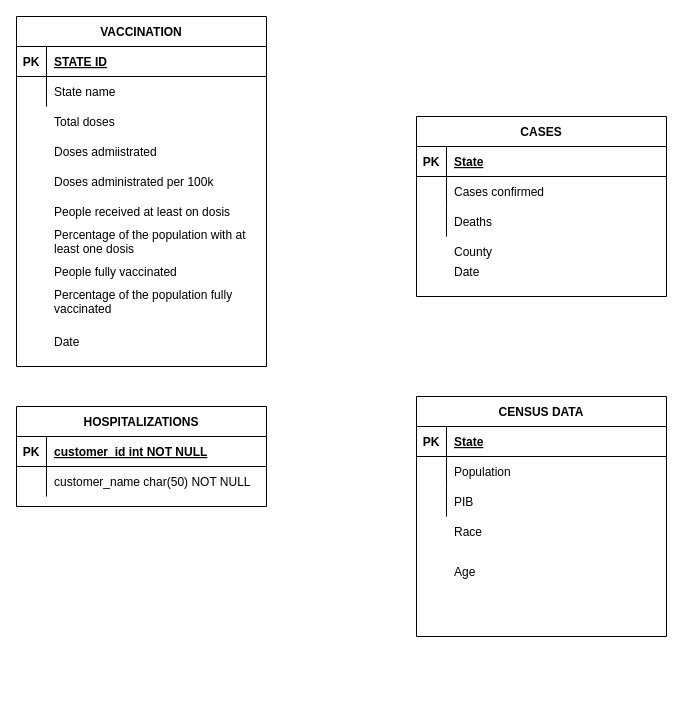
Earlier version of the draw.io diagram Untitled Diagram.drawio (angelica-martinez/Home). Source tidied: cells renumbered, new cells numbered last; positions are measured from the earlier drawing's top-left corner, leaving out a move shared by most shapes. Both pictures are drawn from the tidied source at 100%, with x=0, y=0 at pixel (16, 16).
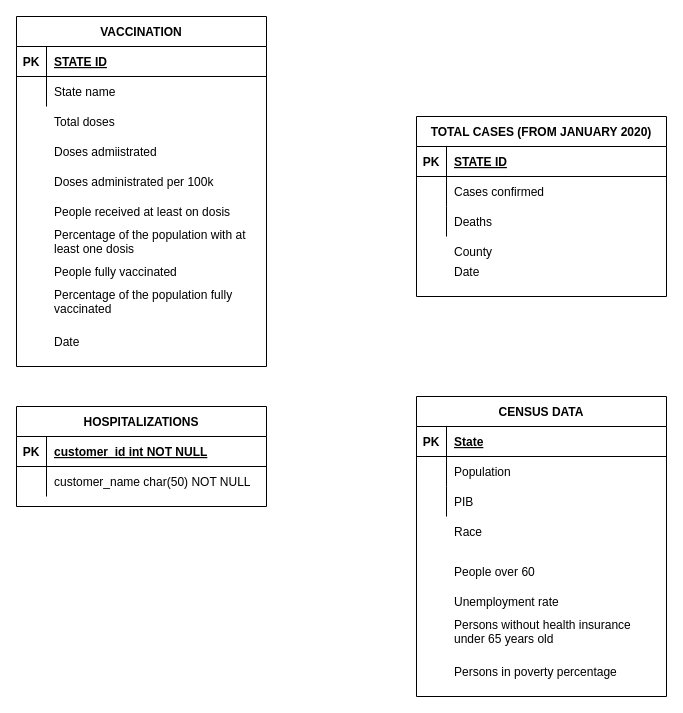
The same page after the edit.

Commit message:
Covid schema

The change refers to these unchanged cells:
```xml
<mxCell id="3" style="shape=partialRectangle;fillColor=none;top=0;left=0;right=0;bottom=1;" parent="2" vertex="1">
  <mxGeometry y="30" width="250" height="30" as="geometry" />
</mxCell>
```

The edit, as a diff of the source:
```diff
@@
-    <mxCell id="2" value="CASES" style="shape=table;startSize=30;childLayout=tableLayout;rowLines=0;fontStyle=1;align=center;" parent="1" vertex="1">
+    <mxCell id="2" value="TOTAL CASES (FROM JANUARY 2020)" style="shape=table;startSize=30;childLayout=tableLayout;rowLines=0;fontStyle=1;align=center;" parent="1" vertex="1">
       <mxGeometry x="400" y="100" width="250" height="180" as="geometry" />
     </mxCell>
@@
-    <mxCell id="5" value="State" style="shape=partialRectangle;overflow=hidden;fillColor=none;top=0;left=0;bottom=0;right=0;align=left;spacingLeft=6;fontStyle=5;" parent="3" vertex="1">
+    <mxCell id="5" value="STATE ID" style="shape=partialRectangle;overflow=hidden;fillColor=none;top=0;left=0;bottom=0;right=0;align=left;spacingLeft=6;fontStyle=5;" parent="3" vertex="1">
       <mxGeometry x="30" width="220" height="30" as="geometry" />
     </mxCell>
@@
     <mxCell id="12" value="CENSUS DATA" style="shape=table;startSize=30;childLayout=tableLayout;rowLines=0;fontStyle=1;align=center;" parent="1" vertex="1">
-      <mxGeometry x="400" y="380" width="250" height="240" as="geometry" />
+      <mxGeometry x="400" y="380" width="250" height="300" as="geometry" />
     </mxCell>
@@
-    <mxCell id="47" value="Age" style="shape=partialRectangle;overflow=hidden;fillColor=none;top=0;left=0;bottom=0;right=0;align=left;spacingLeft=6;" parent="1" vertex="1">
+    <mxCell id="47" value="People over 60" style="shape=partialRectangle;overflow=hidden;fillColor=none;top=0;left=0;bottom=0;right=0;align=left;spacingLeft=6;" parent="1" vertex="1">
       <mxGeometry x="430" y="540" width="220" height="30" as="geometry" />
     </mxCell>
+    <mxCell id="48" value="Unemployment rate" style="shape=partialRectangle;overflow=hidden;fillColor=none;top=0;left=0;bottom=0;right=0;align=left;spacingLeft=6;" parent="1" vertex="1">
+      <mxGeometry x="430" y="570" width="220" height="30" as="geometry" />
+    </mxCell>
+    <mxCell id="49" value="Persons without health insurance &#10;under 65 years old" style="shape=partialRectangle;overflow=hidden;fillColor=none;top=0;left=0;bottom=0;right=0;align=left;spacingLeft=6;" parent="1" vertex="1">
+      <mxGeometry x="430" y="600" width="220" height="30" as="geometry" />
+    </mxCell>
+    <mxCell id="50" value="Persons in poverty percentage" style="shape=partialRectangle;overflow=hidden;fillColor=none;top=0;left=0;bottom=0;right=0;align=left;spacingLeft=6;" parent="1" vertex="1">
+      <mxGeometry x="430" y="640" width="220" height="30" as="geometry" />
+    </mxCell>
```
